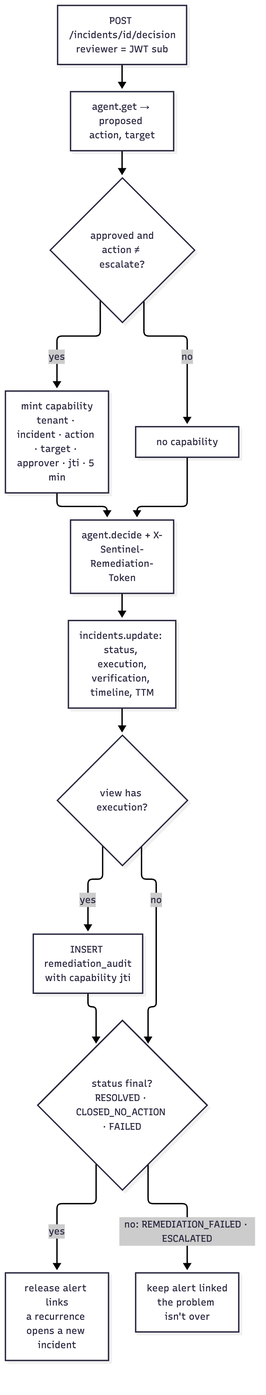
Earlier version of the Mermaid export docs/handbook/images/03-decide.png (abdulmdev/sentinel-incident-copilot). Its source is kept beside it as docs/handbook/diagrams/03-decide.mmd. Its diagram source:
```mermaid
flowchart TB
  D[POST /incidents/id/decision<br/>reviewer = JWT sub] --> G[agent.get → proposed action, target]
  G --> Q{approved and<br/>action ≠ escalate?}
  Q -->|yes| M[mint capability<br/>tenant · incident · action · target · approver · jti · 5 min]
  Q -->|no| N[no capability]
  M --> A[agent.decide + X-Sentinel-Remediation-Token]
  N --> A
  A --> U[incidents.update: status, execution,<br/>verification, timeline, TTM]
  U --> E{view has execution?}
  E -->|yes| AU[INSERT remediation_audit<br/>with capability jti]
  E -->|no| F
  AU --> F{status final?<br/>RESOLVED · CLOSED_NO_ACTION · FAILED}
  F -->|yes| R[release alert links<br/>a recurrence opens a new incident]
  F -->|no: REMEDIATION_FAILED · ESCALATED| K[keep alert linked<br/>the problem isn't over]
```
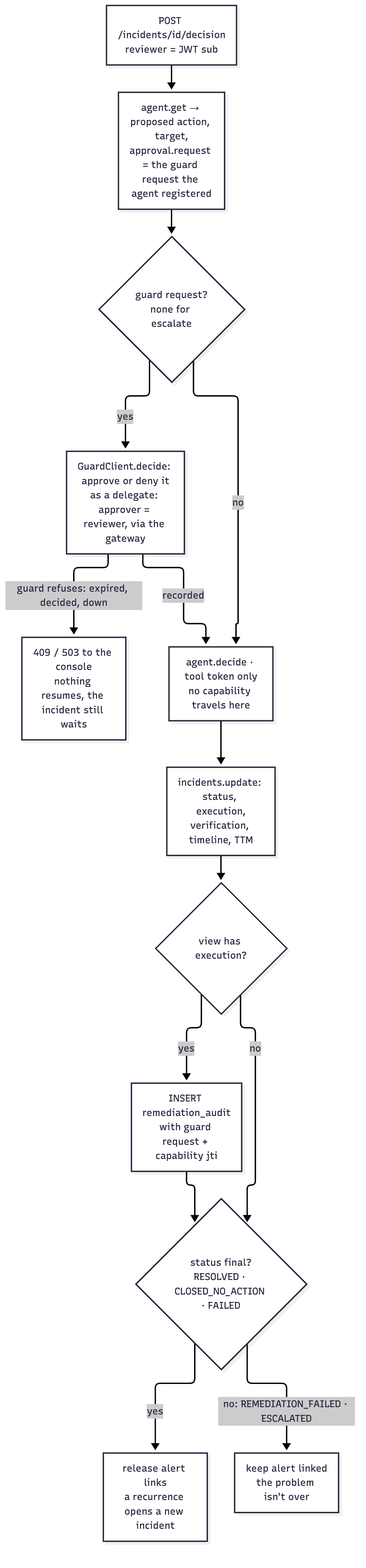
Later version of the same file.

Change to the diagram source:
```diff
@@ -1,13 +1,13 @@
 flowchart TB
-  D[POST /incidents/id/decision<br/>reviewer = JWT sub] --> G[agent.get → proposed action, target]
-  G --> Q{approved and<br/>action ≠ escalate?}
-  Q -->|yes| M[mint capability<br/>tenant · incident · action · target · approver · jti · 5 min]
-  Q -->|no| N[no capability]
-  M --> A[agent.decide + X-Sentinel-Remediation-Token]
-  N --> A
+  D[POST /incidents/id/decision<br/>reviewer = JWT sub] --> G[agent.get → proposed action, target,<br/>approval.request = the guard request the agent registered]
+  G --> Q{guard request?<br/>none for escalate}
+  Q -->|yes| M[GuardClient.decide: approve or deny it<br/>as a delegate: approver = reviewer, via the gateway]
+  M -->|guard refuses: expired, decided, down| X[409 / 503 to the console<br/>nothing resumes, the incident still waits]
+  M -->|recorded| A[agent.decide · tool token only<br/>no capability travels here]
+  Q -->|no| A
   A --> U[incidents.update: status, execution,<br/>verification, timeline, TTM]
   U --> E{view has execution?}
-  E -->|yes| AU[INSERT remediation_audit<br/>with capability jti]
+  E -->|yes| AU[INSERT remediation_audit<br/>with guard request + capability jti]
   E -->|no| F
   AU --> F{status final?<br/>RESOLVED · CLOSED_NO_ACTION · FAILED}
   F -->|yes| R[release alert links<br/>a recurrence opens a new incident]
```
